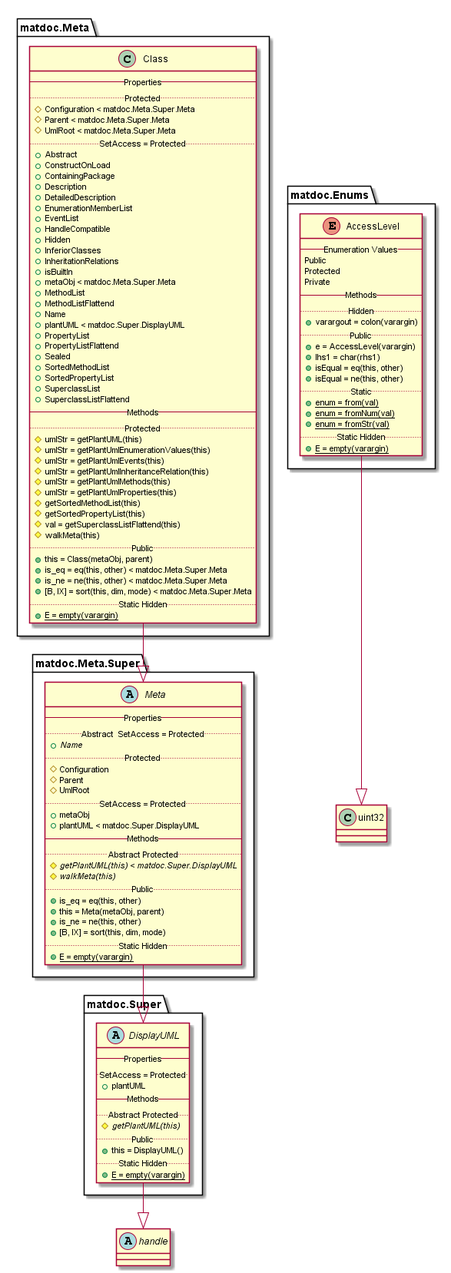
flxdot/matdoc keeps this PlantUML diagram as doc/uml-examples/export-class-HideEvents-true.png. Above is the earlier version.
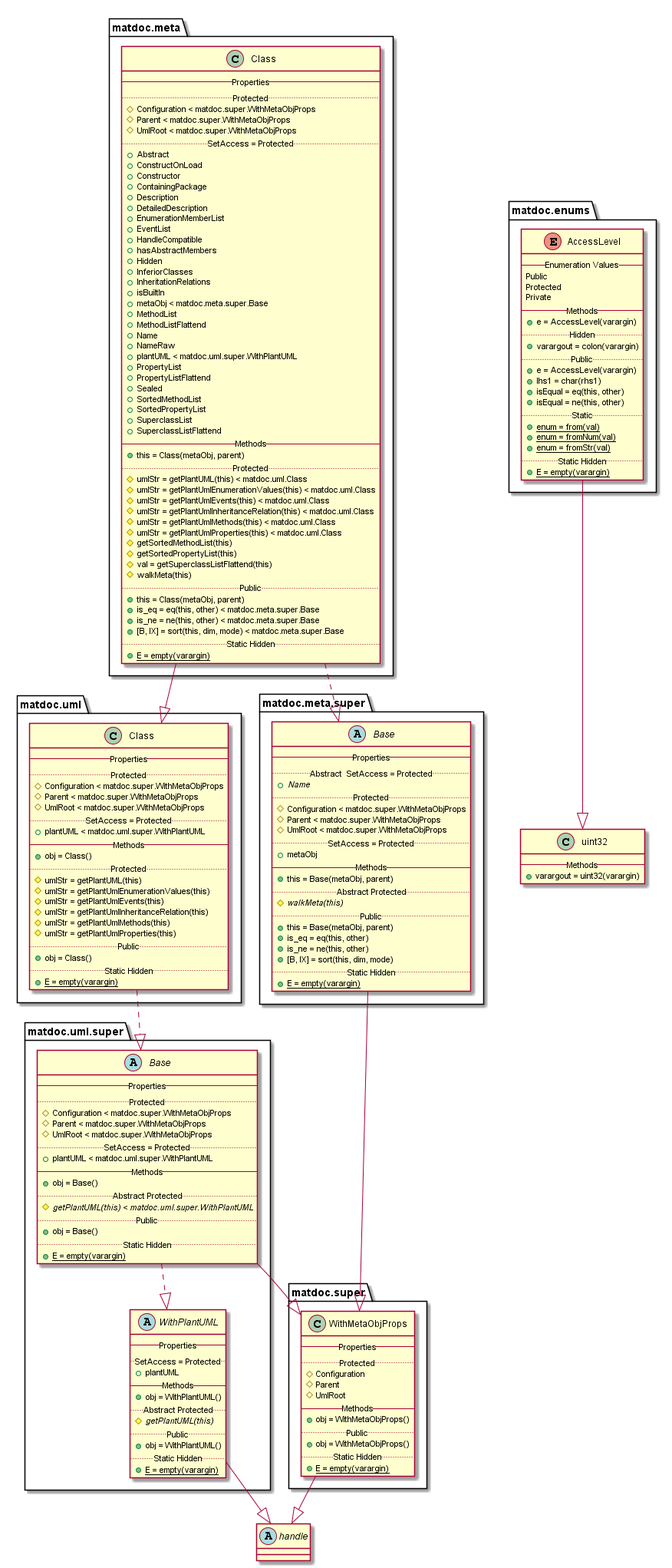
After the commit.

Change to the diagram source:
```diff
@@ -4,12 +4,13 @@
 }
 
 
-enum matdoc.Enums.AccessLevel {
+enum matdoc.enums.AccessLevel {
    -- Enumeration Values --
    Public
    Protected
    Private
    -- Methods --
+   {method} + e = AccessLevel(varargin)
    .. Hidden ..
    {method} + varargout = colon(varargin)
    .. Public ..
@@ -25,32 +26,35 @@
    {method}{static} + E = empty(varargin)
 }
 
-matdoc.Enums.AccessLevel --|> uint32
+matdoc.enums.AccessLevel --|> uint32
 
-class matdoc.Meta.Class {
+class matdoc.meta.Class {
    -- Properties --
    .. Protected ..
-   {field} # Configuration < matdoc.Meta.Super.Meta
-   {field} # Parent < matdoc.Meta.Super.Meta
-   {field} # UmlRoot < matdoc.Meta.Super.Meta
+   {field} # Configuration < matdoc.super.WithMetaObjProps
+   {field} # Parent < matdoc.super.WithMetaObjProps
+   {field} # UmlRoot < matdoc.super.WithMetaObjProps
    .. SetAccess = Protected ..
    {field} + Abstract
    {field} + ConstructOnLoad
+   {field} + Constructor
    {field} + ContainingPackage
    {field} + Description
    {field} + DetailedDescription
    {field} + EnumerationMemberList
    {field} + EventList
    {field} + HandleCompatible
+   {field} + hasAbstractMembers
    {field} + Hidden
    {field} + InferiorClasses
    {field} + InheritationRelations
    {field} + isBuiltIn
-   {field} + metaObj < matdoc.Meta.Super.Meta
+   {field} + metaObj < matdoc.meta.super.Base
    {field} + MethodList
    {field} + MethodListFlattend
    {field} + Name
-   {field} + plantUML < matdoc.Super.DisplayUML
+   {field} + NameRaw
+   {field} + plantUML < matdoc.uml.super.WithPlantUML
    {field} + PropertyList
    {field} + PropertyListFlattend
    {field} + Sealed
@@ -59,6 +63,81 @@
    {field} + SuperclassList
    {field} + SuperclassListFlattend
    -- Methods --
+   {method} + this = Class(metaObj, parent)
+   .. Protected ..
+   {method} # umlStr = getPlantUML(this) < matdoc.uml.Class
+   {method} # umlStr = getPlantUmlEnumerationValues(this) < matdoc.uml.Class
+   {method} # umlStr = getPlantUmlEvents(this) < matdoc.uml.Class
+   {method} # umlStr = getPlantUmlInheritanceRelation(this) < matdoc.uml.Class
+   {method} # umlStr = getPlantUmlMethods(this) < matdoc.uml.Class
+   {method} # umlStr = getPlantUmlProperties(this) < matdoc.uml.Class
+   {method} # getSortedMethodList(this)
+   {method} # getSortedPropertyList(this)
+   {method} # val = getSuperclassListFlattend(this)
+   {method} # walkMeta(this)
+   .. Public ..
+   {method} + this = Class(metaObj, parent)
+   {method} + is_eq = eq(this, other) < matdoc.meta.super.Base
+   {method} + is_ne = ne(this, other) < matdoc.meta.super.Base
+   {method} + [B, IX] = sort(this, dim, mode) < matdoc.meta.super.Base
+   .. Static Hidden ..
+   {method}{static} + E = empty(varargin)
+}
+
+matdoc.meta.Class ..|> matdoc.meta.super.Base
+matdoc.meta.Class --|> matdoc.uml.Class
+
+abstract class matdoc.meta.super.Base {
+   -- Properties --
+   .. Abstract  SetAccess = Protected ..
+   {field}{abstract} + Name
+   .. Protected ..
+   {field} # Configuration < matdoc.super.WithMetaObjProps
+   {field} # Parent < matdoc.super.WithMetaObjProps
+   {field} # UmlRoot < matdoc.super.WithMetaObjProps
+   .. SetAccess = Protected ..
+   {field} + metaObj
+   -- Methods --
+   {method} + this = Base(metaObj, parent)
+   .. Abstract Protected ..
+   {method}{abstract} # walkMeta(this)
+   .. Public ..
+   {method} + this = Base(metaObj, parent)
+   {method} + is_eq = eq(this, other)
+   {method} + is_ne = ne(this, other)
+   {method} + [B, IX] = sort(this, dim, mode)
+   .. Static Hidden ..
+   {method}{static} + E = empty(varargin)
+}
+
+matdoc.meta.super.Base --|> matdoc.super.WithMetaObjProps
+
+class matdoc.super.WithMetaObjProps {
+   -- Properties --
+   .. Protected ..
+   {field} # Configuration
+   {field} # Parent
+   {field} # UmlRoot
+   -- Methods --
+   {method} + obj = WithMetaObjProps()
+   .. Public ..
+   {method} + obj = WithMetaObjProps()
+   .. Static Hidden ..
+   {method}{static} + E = empty(varargin)
+}
+
+matdoc.super.WithMetaObjProps --|> handle
+
+class matdoc.uml.Class {
+   -- Properties --
+   .. Protected ..
+   {field} # Configuration < matdoc.super.WithMetaObjProps
+   {field} # Parent < matdoc.super.WithMetaObjProps
+   {field} # UmlRoot < matdoc.super.WithMetaObjProps
+   .. SetAccess = Protected ..
+   {field} + plantUML < matdoc.uml.super.WithPlantUML
+   -- Methods --
+   {method} + obj = Class()
    .. Protected ..
    {method} # umlStr = getPlantUML(this)
    {method} # umlStr = getPlantUmlEnumerationValues(this)
@@ -66,63 +145,54 @@
    {method} # umlStr = getPlantUmlInheritanceRelation(this)
    {method} # umlStr = getPlantUmlMethods(this)
    {method} # umlStr = getPlantUmlProperties(this)
-   {method} # getSortedMethodList(this)
-   {method} # getSortedPropertyList(this)
-   {method} # val = getSuperclassListFlattend(this)
-   {method} # walkMeta(this)
    .. Public ..
-   {method} + this = Class(metaObj, parent)
-   {method} + is_eq = eq(this, other) < matdoc.Meta.Super.Meta
-   {method} + is_ne = ne(this, other) < matdoc.Meta.Super.Meta
-   {method} + [B, IX] = sort(this, dim, mode) < matdoc.Meta.Super.Meta
+   {method} + obj = Class()
    .. Static Hidden ..
    {method}{static} + E = empty(varargin)
 }
 
-matdoc.Meta.Class --|> matdoc.Meta.Super.Meta
+matdoc.uml.Class ..|> matdoc.uml.super.Base
 
-abstract class matdoc.Meta.Super.Meta {
+abstract class matdoc.uml.super.Base {
    -- Properties --
-   .. Abstract  SetAccess = Protected ..
-   {field}{abstract} + Name
    .. Protected ..
-   {field} # Configuration
-   {field} # Parent
-   {field} # UmlRoot
+   {field} # Configuration < matdoc.super.WithMetaObjProps
+   {field} # Parent < matdoc.super.WithMetaObjProps
+   {field} # UmlRoot < matdoc.super.WithMetaObjProps
    .. SetAccess = Protected ..
-   {field} + metaObj
-   {field} + plantUML < matdoc.Super.DisplayUML
+   {field} + plantUML < matdoc.uml.super.WithPlantUML
    -- Methods --
+   {method} + obj = Base()
    .. Abstract Protected ..
-   {method}{abstract} # getPlantUML(this) < matdoc.Super.DisplayUML
-   {method}{abstract} # walkMeta(this)
+   {method}{abstract} # getPlantUML(this) < matdoc.uml.super.WithPlantUML
    .. Public ..
-   {method} + is_eq = eq(this, other)
-   {method} + this = Meta(metaObj, parent)
-   {method} + is_ne = ne(this, other)
-   {method} + [B, IX] = sort(this, dim, mode)
+   {method} + obj = Base()
    .. Static Hidden ..
    {method}{static} + E = empty(varargin)
 }
 
-matdoc.Meta.Super.Meta --|> matdoc.Super.DisplayUML
+matdoc.uml.super.Base --|> matdoc.super.WithMetaObjProps
+matdoc.uml.super.Base ..|> matdoc.uml.super.WithPlantUML
 
-abstract class matdoc.Super.DisplayUML {
+abstract class matdoc.uml.super.WithPlantUML {
    -- Properties --
    .. SetAccess = Protected ..
    {field} + plantUML
    -- Methods --
+   {method} + obj = WithPlantUML()
    .. Abstract Protected ..
    {method}{abstract} # getPlantUML(this)
    .. Public ..
-   {method} + this = DisplayUML()
+   {method} + obj = WithPlantUML()
    .. Static Hidden ..
    {method}{static} + E = empty(varargin)
 }
 
-matdoc.Super.DisplayUML --|> handle
+matdoc.uml.super.WithPlantUML --|> handle
 
 class uint32 {
+   -- Methods --
+   {method} + varargout = uint32(varargin)
 }
 
 
```
